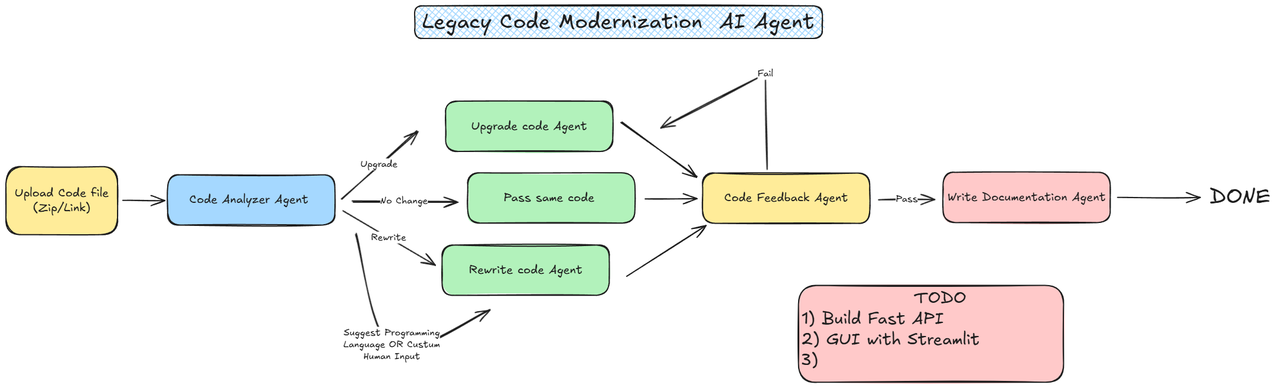
Earlier version of the Excalidraw export LCM.excalidraw.png (Dhruv-saxena-25/code-modernization-agent). Source tidied: one line per element, renumbered; positions are measured from the earlier drawing's top-left corner, leaving out a move shared by most shapes. The source it was exported from:
```json
{"id": 0, "type": "rectangle", "strokeColor": "#1e1e1e", "backgroundColor": "#a5d8ff", "fillStyle": "solid", "strokeWidth": 2, "roughness": 1, "round": true, "x": 274, "y": 286, "width": 283, "height": 85}
{"id": 1, "type": "text", "text": "Code Analyzer Agent ", "strokeColor": "#1e1e1e", "backgroundColor": "#b2f2bb", "fillStyle": "solid", "strokeWidth": 2, "roughness": 1, "fontSize": 20, "fontFamily": 5, "textAlign": "center", "verticalAlign": "middle", "inside": 0, "x": 311, "y": 316, "width": 209, "height": 25}
{"id": 2, "type": "rectangle", "strokeColor": "#1e1e1e", "backgroundColor": "#b2f2bb", "fillStyle": "solid", "strokeWidth": 2, "roughness": 1, "round": true, "x": 744, "y": 161, "width": 283, "height": 85}
{"id": 3, "type": "text", "text": "Upgrade code Agent", "strokeColor": "#1e1e1e", "backgroundColor": "#b2f2bb", "fillStyle": "solid", "strokeWidth": 2, "roughness": 1, "fontSize": 20, "fontFamily": 5, "textAlign": "center", "verticalAlign": "middle", "inside": 2, "x": 788, "y": 191, "width": 196, "height": 25}
{"id": 4, "type": "rectangle", "strokeColor": "#1e1e1e", "backgroundColor": "#ffec99", "fillStyle": "solid", "strokeWidth": 2, "roughness": 1, "round": true, "x": 0, "y": 272, "width": 189, "height": 115}
{"id": 5, "type": "text", "text": "Upload Code file\n(Zip/Link)", "strokeColor": "#1e1e1e", "backgroundColor": "#b2f2bb", "fillStyle": "solid", "strokeWidth": 2, "roughness": 1, "fontSize": 20, "fontFamily": 5, "textAlign": "center", "verticalAlign": "middle", "inside": 4, "x": 15, "y": 304, "width": 159, "height": 50}
{"id": 6, "type": "arrow", "strokeColor": "#1e1e1e", "backgroundColor": "#b2f2bb", "fillStyle": "solid", "strokeWidth": 2, "roughness": 1, "endArrowhead": "arrow", "from": 4, "to": 0, "x": 198, "y": 329, "width": 71, "height": 0, "points": [[0, 0], [71, 0]]}
{"id": 7, "type": "arrow", "strokeColor": "#1e1e1e", "backgroundColor": "#b2f2bb", "fillStyle": "solid", "strokeWidth": 2, "roughness": 1, "endArrowhead": "arrow", "round": true, "from": 0, "x": 567, "y": 325, "width": 129, "height": 115, "points": [[0, 0], [129, -115]]}
{"id": 8, "type": "text", "text": "Upgrade", "strokeColor": "#1e1e1e", "backgroundColor": "#a5d8ff", "fillStyle": "solid", "strokeWidth": 2, "roughness": 1, "fontSize": 16, "fontFamily": 5, "textAlign": "center", "verticalAlign": "middle", "inside": 7, "x": 600, "y": 258, "width": 63, "height": 20}
{"id": 9, "type": "rectangle", "strokeColor": "#1e1e1e", "backgroundColor": "#b2f2bb", "fillStyle": "solid", "strokeWidth": 2, "roughness": 1, "round": true, "x": 738, "y": 404, "width": 283, "height": 85}
{"id": 10, "type": "text", "text": "Rewrite code Agent", "strokeColor": "#1e1e1e", "backgroundColor": "#b2f2bb", "fillStyle": "solid", "strokeWidth": 2, "roughness": 1, "fontSize": 20, "fontFamily": 5, "textAlign": "center", "verticalAlign": "middle", "inside": 9, "x": 784, "y": 434, "width": 192, "height": 25}
{"id": 11, "type": "arrow", "strokeColor": "#1e1e1e", "backgroundColor": "#b2f2bb", "fillStyle": "solid", "strokeWidth": 2, "roughness": 1, "endArrowhead": "arrow", "round": true, "to": 9, "x": 570, "y": 346, "width": 155, "height": 91, "points": [[0, 0], [155, 91]]}
{"id": 12, "type": "text", "text": "Rewrite", "strokeColor": "#1e1e1e", "backgroundColor": "#a5d8ff", "fillStyle": "solid", "strokeWidth": 2, "roughness": 1, "fontSize": 16, "fontFamily": 5, "textAlign": "center", "verticalAlign": "middle", "inside": 11, "x": 618, "y": 382, "width": 60, "height": 20}
{"id": 13, "type": "rectangle", "strokeColor": "#1e1e1e", "backgroundColor": "#b2f2bb", "fillStyle": "solid", "strokeWidth": 2, "roughness": 1, "round": true, "x": 782, "y": 282, "width": 283, "height": 85}
{"id": 14, "type": "text", "text": "Pass same code ", "strokeColor": "#1e1e1e", "backgroundColor": "#a5d8ff", "fillStyle": "solid", "strokeWidth": 2, "roughness": 1, "fontSize": 20, "fontFamily": 5, "textAlign": "center", "verticalAlign": "middle", "inside": 13, "x": 842, "y": 312, "width": 162, "height": 25}
{"id": 15, "type": "arrow", "strokeColor": "#1e1e1e", "backgroundColor": "#a5d8ff", "fillStyle": "solid", "strokeWidth": 2, "roughness": 1, "endArrowhead": "arrow", "round": true, "to": 13, "x": 586, "y": 330, "width": 176, "height": 1, "points": [[0, 0], [176, 1]]}
{"id": 16, "type": "text", "text": "No Change", "strokeColor": "#1e1e1e", "backgroundColor": "#a5d8ff", "fillStyle": "solid", "strokeWidth": 2, "roughness": 1, "fontSize": 16, "fontFamily": 5, "textAlign": "center", "verticalAlign": "middle", "inside": 15, "x": 634, "y": 320, "width": 80, "height": 20}
{"id": 17, "type": "rectangle", "strokeColor": "#1e1e1e", "backgroundColor": "#ffec99", "fillStyle": "solid", "strokeWidth": 2, "roughness": 1, "round": true, "x": 1179, "y": 283, "width": 283, "height": 85}
{"id": 18, "type": "text", "text": "Code Feedback Agent", "strokeColor": "#1e1e1e", "backgroundColor": "#b2f2bb", "fillStyle": "solid", "strokeWidth": 2, "roughness": 1, "fontSize": 20, "fontFamily": 5, "textAlign": "center", "verticalAlign": "middle", "inside": 17, "x": 1216, "y": 313, "width": 210, "height": 25}
{"id": 19, "type": "arrow", "strokeColor": "#1e1e1e", "backgroundColor": "#ffec99", "fillStyle": "solid", "strokeWidth": 2, "roughness": 1, "endArrowhead": "arrow", "round": true, "from": 2, "to": 17, "x": 1041, "y": 197, "width": 129, "height": 92, "points": [[0, 0], [129, 92]]}
{"id": 20, "type": "arrow", "strokeColor": "#1e1e1e", "backgroundColor": "#ffec99", "fillStyle": "solid", "strokeWidth": 2, "roughness": 1, "endArrowhead": "arrow", "to": 17, "x": 1051, "y": 457, "width": 134, "height": 86, "points": [[0, 0], [134, -86]]}
{"id": 21, "type": "arrow", "strokeColor": "#1e1e1e", "backgroundColor": "#ffec99", "fillStyle": "solid", "strokeWidth": 2, "roughness": 1, "endArrowhead": "arrow", "from": 13, "to": 17, "x": 1082, "y": 326, "width": 88, "height": 0, "points": [[0, 0], [88, 0]]}
{"id": 22, "type": "rectangle", "strokeColor": "#1e1e1e", "backgroundColor": "#ffc9c9", "fillStyle": "solid", "strokeWidth": 2, "roughness": 1, "round": true, "x": 1586, "y": 281, "width": 283, "height": 85}
{"id": 23, "type": "text", "text": "Write Documentation Agent", "strokeColor": "#1e1e1e", "backgroundColor": "#b2f2bb", "fillStyle": "solid", "strokeWidth": 2, "roughness": 1, "fontSize": 20, "fontFamily": 5, "textAlign": "center", "verticalAlign": "middle", "inside": 22, "x": 1594, "y": 311, "width": 268, "height": 25}
{"id": 24, "type": "arrow", "strokeColor": "#1e1e1e", "backgroundColor": "#ffc9c9", "fillStyle": "solid", "strokeWidth": 2, "roughness": 1, "endArrowhead": "arrow", "from": 17, "to": 22, "x": 1477, "y": 327, "width": 95, "height": 0, "points": [[0, 0], [95, 0]]}
{"id": 25, "type": "text", "text": "Pass", "strokeColor": "#1e1e1e", "backgroundColor": "#ffc9c9", "fillStyle": "solid", "strokeWidth": 2, "roughness": 1, "fontSize": 16, "fontFamily": 5, "textAlign": "center", "verticalAlign": "middle", "inside": 24, "x": 1506, "y": 317, "width": 37, "height": 20}
{"id": 26, "type": "arrow", "strokeColor": "#1e1e1e", "backgroundColor": "#ffc9c9", "fillStyle": "solid", "strokeWidth": 2, "roughness": 1, "endArrowhead": "arrow", "from": 17, "x": 1289, "y": 276, "width": 180, "height": 161, "points": [[0, 0], [-3, -161], [-180, -70]]}
{"id": 27, "type": "text", "text": "Fail", "strokeColor": "#1e1e1e", "backgroundColor": "#ffc9c9", "fillStyle": "solid", "strokeWidth": 2, "roughness": 1, "fontSize": 16, "fontFamily": 5, "textAlign": "center", "verticalAlign": "middle", "inside": 26, "x": 1272, "y": 105, "width": 26, "height": 20}
{"id": 28, "type": "arrow", "strokeColor": "#1e1e1e", "backgroundColor": "#ffc9c9", "fillStyle": "solid", "strokeWidth": 2, "roughness": 1, "endArrowhead": "arrow", "from": 22, "x": 1882, "y": 324, "width": 140, "height": 0, "points": [[0, 0], [140, 0]]}
{"id": 29, "type": "text", "text": "DONE", "strokeColor": "#1e1e1e", "backgroundColor": "#ffc9c9", "fillStyle": "solid", "strokeWidth": 2, "roughness": 1, "fontSize": 36, "fontFamily": 5, "x": 2038, "y": 302, "width": 103, "height": 45}
{"id": 30, "type": "arrow", "strokeColor": "#1e1e1e", "backgroundColor": "#ffc9c9", "fillStyle": "solid", "strokeWidth": 2, "roughness": 1, "endArrowhead": "arrow", "round": true, "to": 9, "x": 592, "y": 382, "width": 226, "height": 190, "points": [[0, 0], [61, 190], [226, 128]]}
{"id": 31, "type": "text", "text": "Suggest Programming\nLanguage OR Custum\nHuman Input", "strokeColor": "#1e1e1e", "backgroundColor": "#ffc9c9", "fillStyle": "solid", "strokeWidth": 2, "roughness": 1, "fontSize": 16, "fontFamily": 5, "textAlign": "center", "verticalAlign": "middle", "inside": 30, "x": 572, "y": 542, "width": 163, "height": 60}
{"id": 32, "type": "rectangle", "strokeColor": "#1e1e1e", "backgroundColor": "#ffc9c9", "fillStyle": "solid", "strokeWidth": 2, "roughness": 1, "round": true, "x": 1342, "y": 472, "width": 449, "height": 164}
{"id": 33, "type": "text", "text": "                 TODO\n1) Build Fast API \n2) GUI with Streamlit\n3) ", "strokeColor": "#1e1e1e", "backgroundColor": "#ffc9c9", "fillStyle": "solid", "strokeWidth": 2, "roughness": 1, "fontSize": 28, "fontFamily": 5, "inside": 32, "x": 1347, "y": 478, "width": 302, "height": 140}
{"id": 34, "type": "rectangle", "strokeColor": "#1e1e1e", "backgroundColor": "#a5d8ff", "fillStyle": "cross-hatch", "strokeWidth": 2, "roughness": 1, "round": true, "x": 692, "y": 0, "width": 690, "height": 55}
{"id": 35, "type": "text", "text": "Legacy Code Modernization  AI Agent", "strokeColor": "#1e1e1e", "backgroundColor": "#a5d8ff", "fillStyle": "cross-hatch", "strokeWidth": 2, "roughness": 1, "fontSize": 36, "fontFamily": 5, "textAlign": "center", "verticalAlign": "middle", "inside": 34, "x": 705, "y": 5, "width": 664, "height": 45}
```
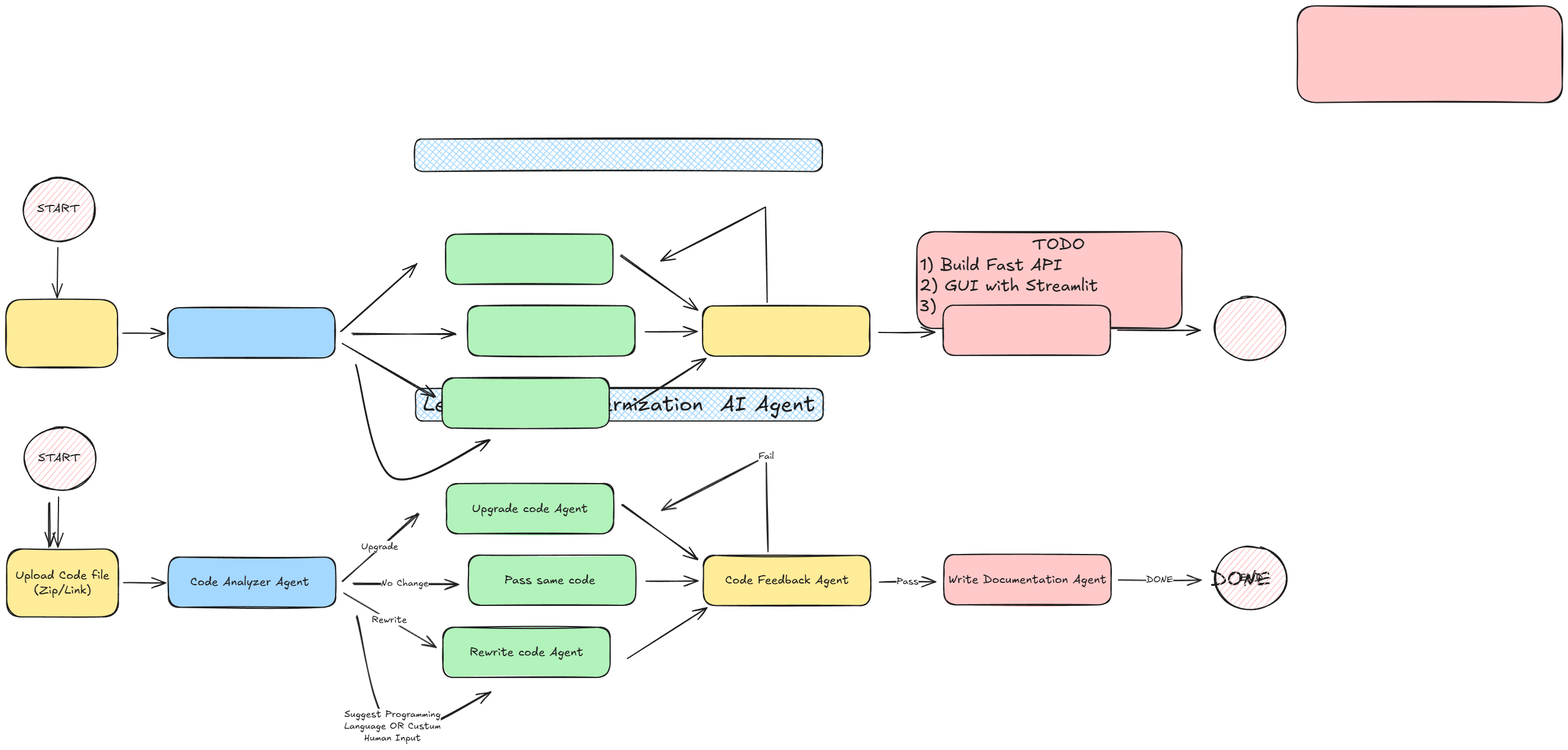
The same diagram one commit later.

What changed in the source:
```diff
@@ -27,10 +27,15 @@
 {"id": 26, "type": "arrow", "strokeColor": "#1e1e1e", "backgroundColor": "#ffc9c9", "fillStyle": "solid", "strokeWidth": 2, "roughness": 1, "endArrowhead": "arrow", "from": 17, "x": 1289, "y": 276, "width": 180, "height": 161, "points": [[0, 0], [-3, -161], [-180, -70]]}
 {"id": 27, "type": "text", "text": "Fail", "strokeColor": "#1e1e1e", "backgroundColor": "#ffc9c9", "fillStyle": "solid", "strokeWidth": 2, "roughness": 1, "fontSize": 16, "fontFamily": 5, "textAlign": "center", "verticalAlign": "middle", "inside": 26, "x": 1272, "y": 105, "width": 26, "height": 20}
 {"id": 28, "type": "arrow", "strokeColor": "#1e1e1e", "backgroundColor": "#ffc9c9", "fillStyle": "solid", "strokeWidth": 2, "roughness": 1, "endArrowhead": "arrow", "from": 22, "x": 1882, "y": 324, "width": 140, "height": 0, "points": [[0, 0], [140, 0]]}
-{"id": 29, "type": "text", "text": "DONE", "strokeColor": "#1e1e1e", "backgroundColor": "#ffc9c9", "fillStyle": "solid", "strokeWidth": 2, "roughness": 1, "fontSize": 36, "fontFamily": 5, "x": 2038, "y": 302, "width": 103, "height": 45}
+{"id": 29, "type": "text", "text": "DONE", "strokeColor": "#1e1e1e", "backgroundColor": "#ffc9c9", "fillStyle": "hachure", "strokeWidth": 2, "roughness": 0, "fontSize": 16, "fontFamily": 5, "textAlign": "center", "verticalAlign": "middle", "inside": 28, "x": 1929, "y": 314, "width": 46, "height": 20}
 {"id": 30, "type": "arrow", "strokeColor": "#1e1e1e", "backgroundColor": "#ffc9c9", "fillStyle": "solid", "strokeWidth": 2, "roughness": 1, "endArrowhead": "arrow", "round": true, "to": 9, "x": 592, "y": 382, "width": 226, "height": 190, "points": [[0, 0], [61, 190], [226, 128]]}
 {"id": 31, "type": "text", "text": "Suggest Programming\nLanguage OR Custum\nHuman Input", "strokeColor": "#1e1e1e", "backgroundColor": "#ffc9c9", "fillStyle": "solid", "strokeWidth": 2, "roughness": 1, "fontSize": 16, "fontFamily": 5, "textAlign": "center", "verticalAlign": "middle", "inside": 30, "x": 572, "y": 542, "width": 163, "height": 60}
-{"id": 32, "type": "rectangle", "strokeColor": "#1e1e1e", "backgroundColor": "#ffc9c9", "fillStyle": "solid", "strokeWidth": 2, "roughness": 1, "round": true, "x": 1342, "y": 472, "width": 449, "height": 164}
+{"id": 32, "type": "rectangle", "strokeColor": "#1e1e1e", "backgroundColor": "#ffc9c9", "fillStyle": "solid", "strokeWidth": 2, "roughness": 1, "round": true, "x": 1541, "y": -266, "width": 449, "height": 164}
-{"id": 33, "type": "text", "text": "                 TODO\n1) Build Fast API \n2) GUI with Streamlit\n3) ", "strokeColor": "#1e1e1e", "backgroundColor": "#ffc9c9", "fillStyle": "solid", "strokeWidth": 2, "roughness": 1, "fontSize": 28, "fontFamily": 5, "inside": 32, "x": 1347, "y": 478, "width": 302, "height": 140}
+{"id": 33, "type": "text", "text": "                 TODO\n1) Build Fast API \n2) GUI with Streamlit\n3) ", "strokeColor": "#1e1e1e", "backgroundColor": "#ffc9c9", "fillStyle": "solid", "strokeWidth": 2, "roughness": 1, "fontSize": 28, "fontFamily": 5, "inside": 32, "x": 1546, "y": -260, "width": 302, "height": 140}
 {"id": 34, "type": "rectangle", "strokeColor": "#1e1e1e", "backgroundColor": "#a5d8ff", "fillStyle": "cross-hatch", "strokeWidth": 2, "roughness": 1, "round": true, "x": 692, "y": 0, "width": 690, "height": 55}
 {"id": 35, "type": "text", "text": "Legacy Code Modernization  AI Agent", "strokeColor": "#1e1e1e", "backgroundColor": "#a5d8ff", "fillStyle": "cross-hatch", "strokeWidth": 2, "roughness": 1, "fontSize": 36, "fontFamily": 5, "textAlign": "center", "verticalAlign": "middle", "inside": 34, "x": 705, "y": 5, "width": 664, "height": 45}
+{"id": 36, "type": "ellipse", "strokeColor": "#1e1e1e", "backgroundColor": "#ffc9c9", "fillStyle": "hachure", "strokeWidth": 2, "roughness": 1, "round": true, "x": 30, "y": 66, "width": 121, "height": 107}
+{"id": 37, "type": "text", "text": "START", "strokeColor": "#1e1e1e", "strokeWidth": 2, "roughness": 1, "fontSize": 20, "fontFamily": 5, "textAlign": "center", "x": 53, "y": 106, "width": 72, "height": 25}
+{"id": 38, "type": "arrow", "strokeColor": "#1e1e1e", "backgroundColor": "#ffc9c9", "fillStyle": "hachure", "strokeWidth": 2, "roughness": 0, "endArrowhead": "arrow", "round": true, "from": 36, "to": 4, "x": 88, "y": 184, "width": 1, "height": 85, "points": [[0, 0], [-1, 85]]}
+{"id": 39, "type": "ellipse", "strokeColor": "#1e1e1e", "backgroundColor": "#ffc9c9", "fillStyle": "hachure", "strokeWidth": 2, "roughness": 1, "round": true, "x": 2046, "y": 267, "width": 121, "height": 107}
+{"id": 40, "type": "text", "text": "END", "strokeColor": "#1e1e1e", "backgroundColor": "#ffc9c9", "fillStyle": "hachure", "strokeWidth": 2, "roughness": 0, "fontSize": 20, "fontFamily": 5, "textAlign": "center", "verticalAlign": "middle", "inside": 39, "x": 2085, "y": 308, "width": 42, "height": 25}
```
